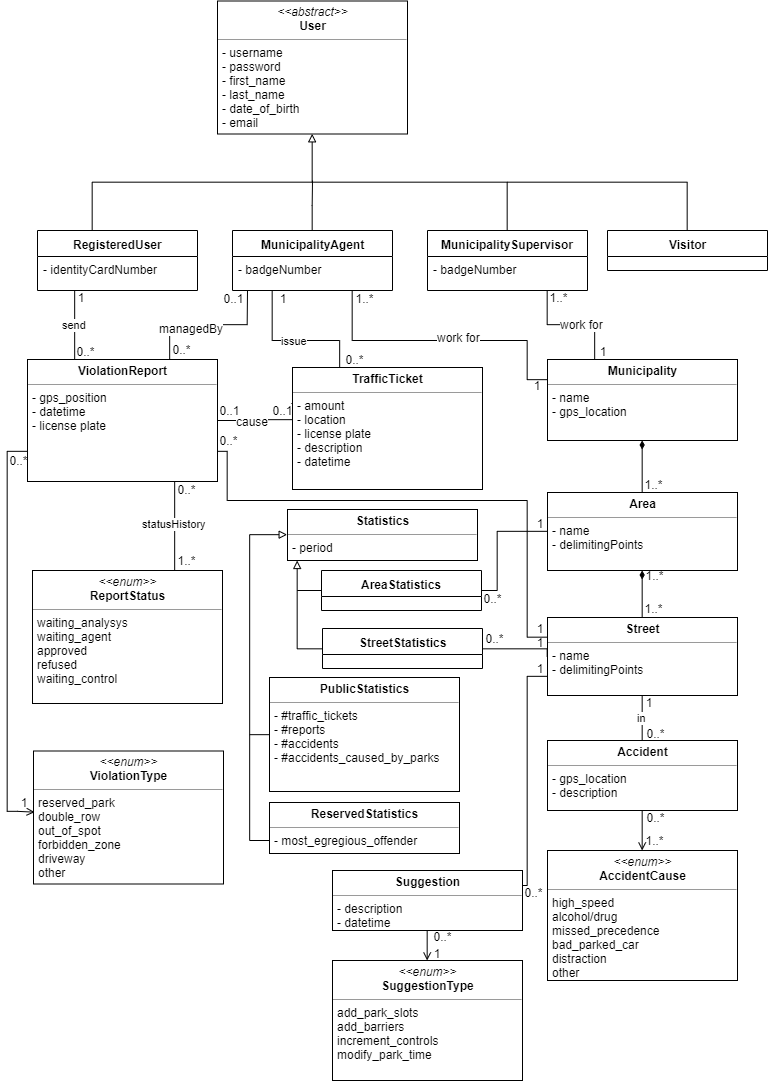
This is RASD/img/ClassDiagram2.png from SimoneSartoni/SoftwareEngineering2, a draw.io export, as it was before one commit. Source tidied: cells renumbered, new cells last; positions are measured from the earlier drawing's top-left corner, leaving out a move shared by most shapes.
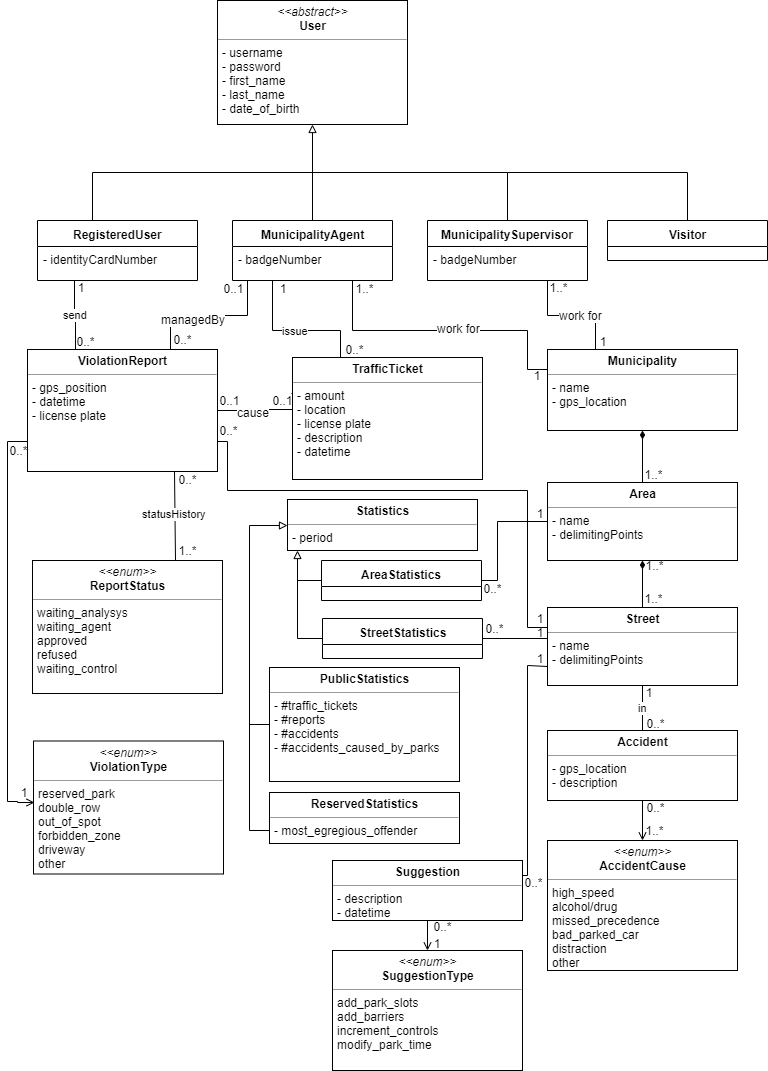
After the commit.

The edit, as a diff of the source:
```diff
@@ -48,8 +48,8 @@
     <mxCell id="10" value="- badgeNumber" style="text;html=1;strokeColor=none;fillColor=none;align=left;verticalAlign=top;spacingLeft=4;spacingRight=4;whiteSpace=wrap;overflow=hidden;" parent="9" vertex="1">
       <mxGeometry y="26" width="160" height="26" as="geometry" />
     </mxCell>
-    <mxCell id="11" value="&lt;p style=&quot;margin: 0px ; margin-top: 4px ; text-align: center&quot;&gt;&lt;i&gt;&amp;lt;&amp;lt;abstract&amp;gt;&amp;gt;&lt;/i&gt;&lt;br&gt;&lt;b&gt;User&lt;/b&gt;&lt;/p&gt;&lt;hr size=&quot;1&quot;&gt;&lt;p style=&quot;margin: 0px ; margin-left: 4px&quot;&gt;- username&lt;/p&gt;&lt;p style=&quot;margin: 0px ; margin-left: 4px&quot;&gt;- password&lt;/p&gt;&lt;p style=&quot;margin: 0px ; margin-left: 4px&quot;&gt;- first_name&lt;/p&gt;&lt;p style=&quot;margin: 0px ; margin-left: 4px&quot;&gt;- last_name&lt;/p&gt;&lt;p style=&quot;margin: 0px ; margin-left: 4px&quot;&gt;- date_of_birth&lt;br&gt;- email&lt;/p&gt;" style="verticalAlign=top;align=left;overflow=fill;fontSize=12;fontFamily=Helvetica;html=1;rounded=0;shadow=0;comic=0;labelBackgroundColor=none;strokeColor=#000000;strokeWidth=1;fillColor=#ffffff;" parent="1" vertex="1">
-      <mxGeometry x="210" y="0.5" width="190" height="133" as="geometry" />
+    <mxCell id="11" value="&lt;p style=&quot;margin: 0px ; margin-top: 4px ; text-align: center&quot;&gt;&lt;i&gt;&amp;lt;&amp;lt;abstract&amp;gt;&amp;gt;&lt;/i&gt;&lt;br&gt;&lt;b&gt;User&lt;/b&gt;&lt;/p&gt;&lt;hr size=&quot;1&quot;&gt;&lt;p style=&quot;margin: 0px ; margin-left: 4px&quot;&gt;- username&lt;/p&gt;&lt;p style=&quot;margin: 0px ; margin-left: 4px&quot;&gt;- password&lt;/p&gt;&lt;p style=&quot;margin: 0px ; margin-left: 4px&quot;&gt;- first_name&lt;/p&gt;&lt;p style=&quot;margin: 0px ; margin-left: 4px&quot;&gt;- last_name&lt;/p&gt;&lt;p style=&quot;margin: 0px ; margin-left: 4px&quot;&gt;- date_of_birth&lt;br&gt;&lt;/p&gt;" style="verticalAlign=top;align=left;overflow=fill;fontSize=12;fontFamily=Helvetica;html=1;rounded=0;shadow=0;comic=0;labelBackgroundColor=none;strokeColor=#000000;strokeWidth=1;fillColor=#ffffff;" parent="1" vertex="1">
+      <mxGeometry x="210" y="10" width="190" height="124" as="geometry" />
     </mxCell>
     <mxCell id="12" style="edgeStyle=orthogonalEdgeStyle;rounded=0;jumpSize=6;jettySize=auto;html=1;exitX=0.5;exitY=0;exitDx=0;exitDy=0;endArrow=none;endFill=0;" parent="1" edge="1" source="15">
       <mxGeometry relative="1" as="geometry">
```
